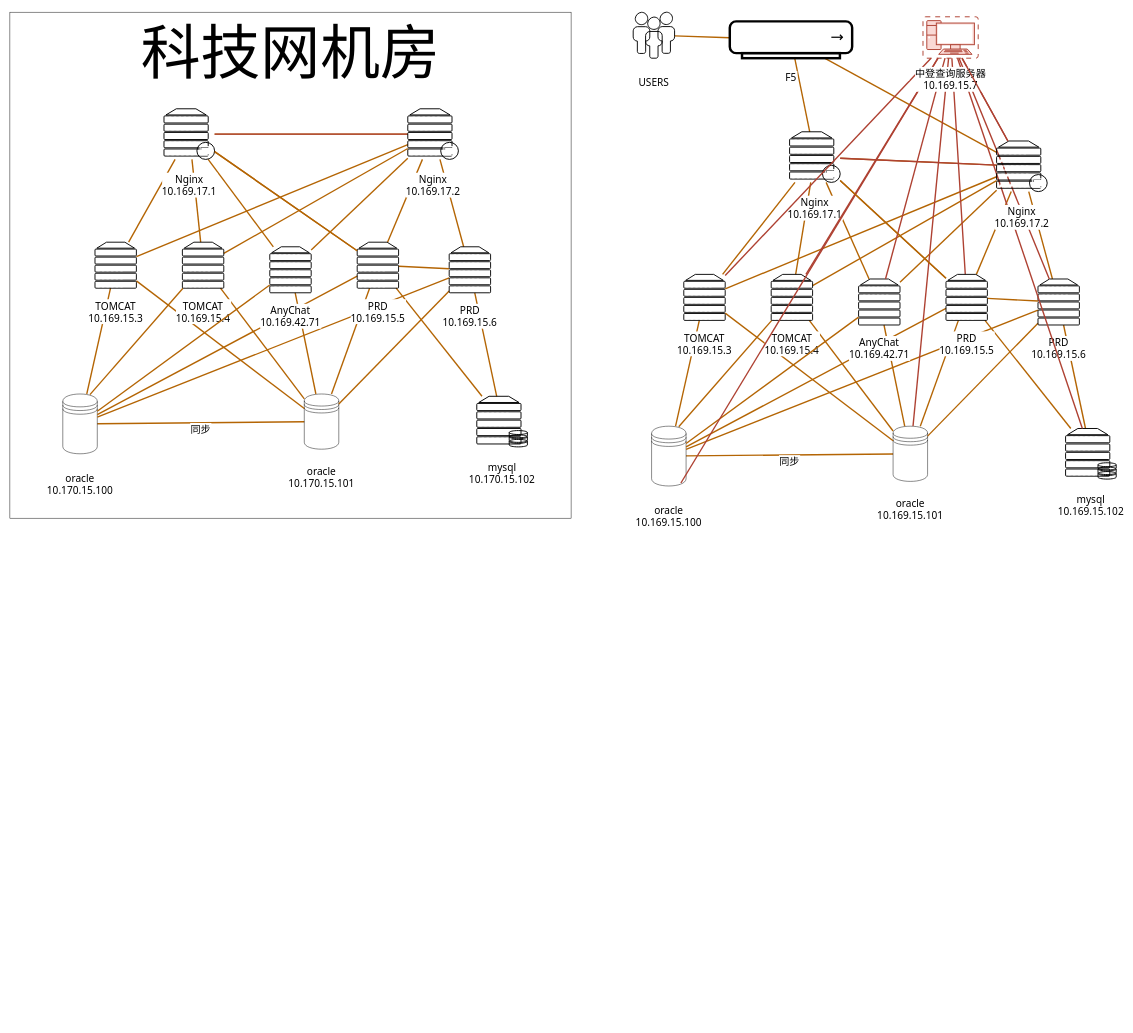
The draw.io diagram page "财人汇物理图" (1 of 4) of 财人汇物理.drawio in chengs2035/draw.io, before the edit. Source tidied: cells renumbered, new cells numbered last; positions are measured from the earlier drawing's top-left corner, leaving out a move shared by most shapes. Both pictures are drawn from the tidied source at 46%, with x=0, y=0 at pixel (10, 7).
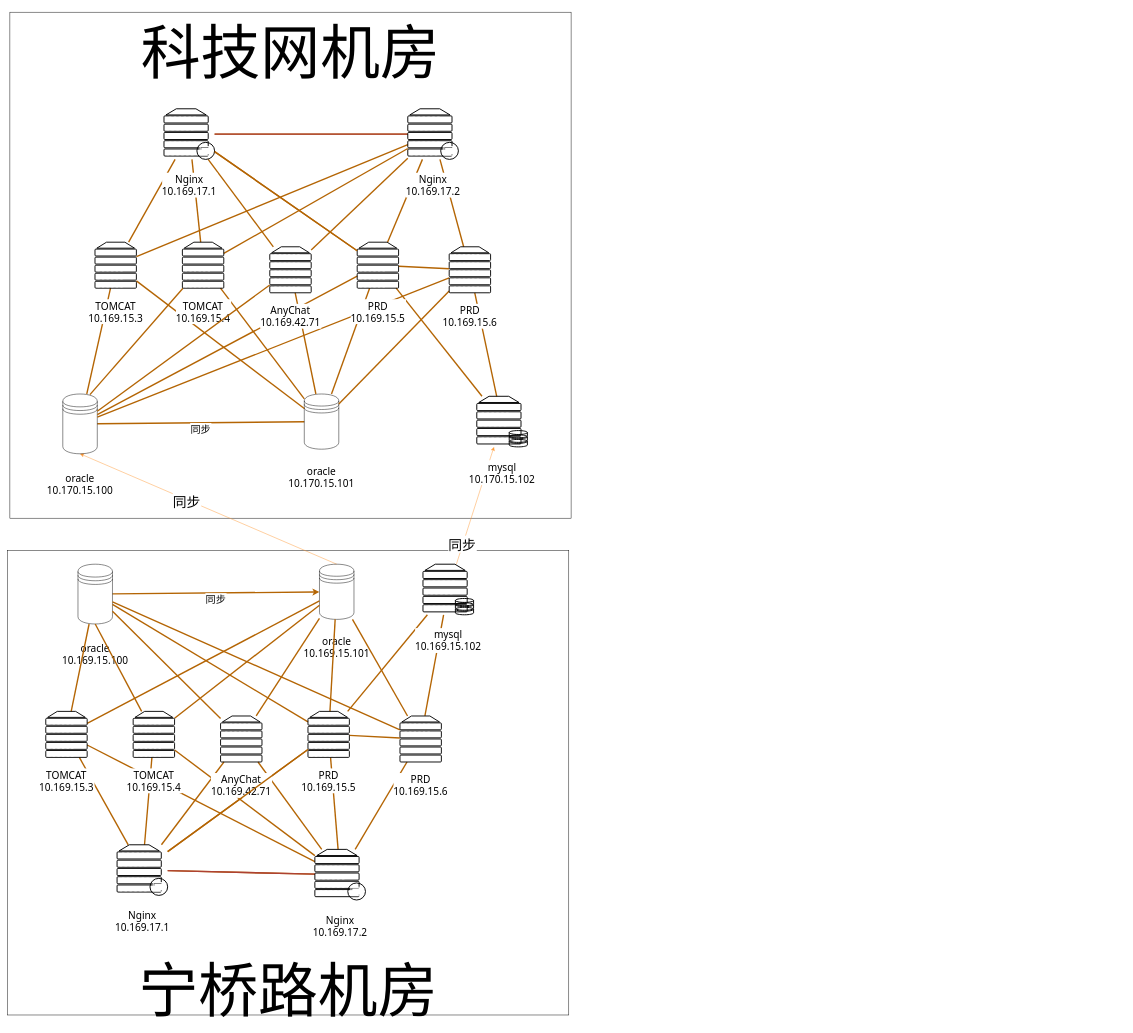
The same page after the edit.

Commit message (it also covers changes not shown here):
更新财人汇物理.drawio

Unchanged cells that the change refers to:
```xml
<mxCell id="57" value="oracle&#10;10.170.15.100" style="shape=datastore;verticalAlign=middle;spacingBottom=0;fillColor=none;labelBackgroundColor=default;fontFamily=Tahoma;spacing=2;fontSize=22;labelPosition=center;verticalLabelPosition=bottom;align=center;" parent="1" vertex="1">
  <mxGeometry x="115" y="840" width="75" height="130" as="geometry" />
</mxCell>
<mxCell id="87" value="mysql&#10;10.170.15.102" style="verticalAlign=middle;verticalLabelPosition=bottom;labelPosition=center;align=center;outlineConnect=0;fillColor=none;gradientDirection=north;strokeWidth=2;shape=mxgraph.networks.server_storage;labelBackgroundColor=default;fontFamily=Tahoma;fontSize=22;" parent="1" vertex="1">
  <mxGeometry x="1015" y="845" width="110" height="110" as="geometry" />
</mxCell>
```

What changed in the source:
```diff
@@
+    <mxCell id="92" value="宁桥路机房" style="rounded=0;fontSize=130;verticalAlign=bottom;" parent="1" vertex="1">
+      <mxGeometry x="-5" y="1180" width="1220" height="1010" as="geometry" />
+    </mxCell>
@@
-    <mxCell id="3" value="同步" style="jettySize=auto;verticalAlign=middle;spacingBottom=-25;fillColor=#fad7ac;fontColor=default;labelBackgroundColor=default;fontFamily=Tahoma;fontSize=22;startArrow=none;startFill=0;strokeWidth=3;endArrow=none;endFill=0;strokeColor=#b46504;" parent="1" edge="1" source="4" target="5">
+    <mxCell id="3" value="同步" style="jettySize=auto;verticalAlign=middle;spacingBottom=-25;fillColor=#fad7ac;fontColor=default;labelBackgroundColor=default;fontFamily=Tahoma;fontSize=22;startArrow=none;startFill=0;strokeWidth=3;endArrow=classic;endFill=1;strokeColor=#b46504;" parent="1" edge="1" source="4" target="5">
       <mxGeometry relative="1" as="geometry" />
     </mxCell>
+    <mxCell id="93" style="rounded=0;jettySize=auto;fontSize=130;exitX=0.5;exitY=0;exitDx=0;exitDy=0;strokeColor=#FF9933;entryX=0.5;entryY=1;entryDx=0;entryDy=0;" parent="1" edge="1" source="5" target="57">
+      <mxGeometry relative="1" as="geometry" />
+    </mxCell>
+    <mxCell id="94" value="同步" style="edgeLabel;align=center;verticalAlign=middle;fontSize=30;" parent="93" vertex="1">
+      <mxGeometry x="0.17" y="1" relative="1" as="geometry" />
+    </mxCell>
     <mxCell id="4" value="oracle&#10;10.169.15.100" style="shape=datastore;verticalAlign=middle;spacingBottom=0;fillColor=none;labelBackgroundColor=default;fontFamily=Tahoma;spacing=2;fontSize=22;labelPosition=center;verticalLabelPosition=bottom;align=center;" parent="1" vertex="1">
-      <mxGeometry x="1395" y="910" width="75" height="130" as="geometry" />
+      <mxGeometry x="148" y="1210" width="75" height="130" as="geometry" />
     </mxCell>
     <mxCell id="5" value="oracle&#10;10.169.15.101" style="shape=datastore;fillColor=none;spacingBottom=0;verticalAlign=middle;labelBackgroundColor=default;fontFamily=Tahoma;fontSize=22;labelPosition=center;verticalLabelPosition=bottom;align=center;" parent="1" vertex="1">
-      <mxGeometry x="1920" y="910" width="75" height="120" as="geometry" />
+      <mxGeometry x="673" y="1210" width="75" height="120" as="geometry" />
     </mxCell>
-    <mxCell id="6" style="jettySize=auto;fillColor=#fad7ac;fontColor=default;labelBackgroundColor=default;fontFamily=Tahoma;fontSize=22;verticalAlign=middle;startArrow=none;startFill=0;strokeWidth=3;endArrow=none;endFill=0;strokeColor=#b46504;" parent="1" edge="1" source="7" target="10">
-      <mxGeometry relative="1" as="geometry" />
-    </mxCell>
-    <mxCell id="7" value="USERS" style="verticalAlign=middle;verticalLabelPosition=bottom;labelPosition=center;align=center;outlineConnect=0;fillColor=none;gradientDirection=north;strokeWidth=2;shape=mxgraph.networks.users;labelBackgroundColor=default;fontFamily=Tahoma;fontSize=22;" parent="1" vertex="1">
-      <mxGeometry x="1355" y="10" width="90" height="100" as="geometry" />
-    </mxCell>
-    <mxCell id="8" style="jettySize=auto;fillColor=#fad7ac;fontColor=default;labelBackgroundColor=default;fontFamily=Tahoma;fontSize=22;verticalAlign=middle;startArrow=none;startFill=0;strokeWidth=3;endArrow=none;endFill=0;curved=1;strokeColor=#b46504;" parent="1" edge="1" source="10" target="22">
-      <mxGeometry relative="1" as="geometry" />
-    </mxCell>
-    <mxCell id="9" style="edgeStyle=none;jettySize=auto;fillColor=#fad7ac;fontColor=default;labelBackgroundColor=default;fontFamily=Tahoma;fontSize=22;verticalAlign=middle;startArrow=none;startFill=0;strokeWidth=3;endArrow=none;endFill=0;curved=1;strokeColor=#b46504;" parent="1" edge="1" source="10" target="52">
-      <mxGeometry relative="1" as="geometry" />
-    </mxCell>
-    <mxCell id="10" value="F5" style="verticalAlign=middle;verticalLabelPosition=bottom;labelPosition=center;align=center;outlineConnect=0;fillColor=none;gradientDirection=north;strokeWidth=2;shape=mxgraph.networks.hub;labelBackgroundColor=default;fontFamily=Tahoma;fontSize=22;" parent="1" vertex="1">
-      <mxGeometry x="1565" y="30" width="266" height="80" as="geometry" />
-    </mxCell>
@@
     <mxCell id="22" value="Nginx&#10;10.169.17.1" style="verticalAlign=middle;verticalLabelPosition=bottom;labelPosition=center;align=center;outlineConnect=0;fillColor=none;gradientDirection=north;strokeWidth=2;shape=mxgraph.networks.proxy_server;labelBackgroundColor=default;fontFamily=Tahoma;fontSize=22;" parent="1" vertex="1">
-      <mxGeometry x="1695" y="270" width="110" height="110" as="geometry" />
+      <mxGeometry x="233" y="1820" width="110" height="110" as="geometry" />
     </mxCell>
@@
     <mxCell id="25" value="TOMCAT&#10;10.169.15.3" style="verticalAlign=middle;verticalLabelPosition=bottom;labelPosition=center;align=center;outlineConnect=0;fillColor=none;gradientDirection=north;strokeWidth=2;shape=mxgraph.networks.server;labelBackgroundColor=default;fontFamily=Tahoma;fontSize=22;" parent="1" vertex="1">
-      <mxGeometry x="1465" y="580" width="90" height="100" as="geometry" />
+      <mxGeometry x="78" y="1530" width="90" height="100" as="geometry" />
     </mxCell>
-    <mxCell id="26" style="edgeStyle=none;jettySize=auto;labelBackgroundColor=default;fontFamily=Tahoma;fontColor=default;fillColor=#fad7ac;fontSize=22;verticalAlign=middle;startArrow=none;startFill=0;strokeWidth=3;endArrow=none;endFill=0;curved=1;strokeColor=#b46504;entryX=0.787;entryY=0.01;entryDx=0;entryDy=0;entryPerimeter=0;" parent="1" edge="1" source="28" target="4">
+    <mxCell id="26" style="edgeStyle=none;jettySize=auto;labelBackgroundColor=default;fontFamily=Tahoma;fontColor=default;fillColor=#fad7ac;fontSize=22;verticalAlign=middle;startArrow=none;startFill=0;strokeWidth=3;endArrow=none;endFill=0;curved=1;strokeColor=#b46504;entryX=0.5;entryY=1;entryDx=0;entryDy=0;" parent="1" edge="1" source="28" target="4">
       <mxGeometry relative="1" as="geometry" />
     </mxCell>
@@
     <mxCell id="28" value="TOMCAT&#10;10.169.15.4" style="verticalAlign=middle;verticalLabelPosition=bottom;labelPosition=center;align=center;outlineConnect=0;fillColor=none;gradientDirection=north;strokeWidth=2;shape=mxgraph.networks.server;labelBackgroundColor=default;fontFamily=Tahoma;fontSize=22;" parent="1" vertex="1">
-      <mxGeometry x="1655" y="580" width="90" height="100" as="geometry" />
+      <mxGeometry x="268" y="1530" width="90" height="100" as="geometry" />
     </mxCell>
@@
     <mxCell id="35" value="PRD&#10;10.169.15.6" style="verticalAlign=middle;verticalLabelPosition=bottom;labelPosition=center;align=center;outlineConnect=0;fillColor=none;gradientDirection=north;strokeWidth=2;shape=mxgraph.networks.server;labelBackgroundColor=default;fontFamily=Tahoma;fontSize=22;" parent="1" vertex="1">
-      <mxGeometry x="2235" y="590" width="90" height="100" as="geometry" />
+      <mxGeometry x="848" y="1540" width="90" height="100" as="geometry" />
     </mxCell>
@@
     <mxCell id="38" value="AnyChat&#10;10.169.42.71" style="verticalAlign=middle;verticalLabelPosition=bottom;labelPosition=center;align=center;outlineConnect=0;fillColor=none;gradientDirection=north;strokeWidth=2;shape=mxgraph.networks.server;labelBackgroundColor=default;fontFamily=Tahoma;fontSize=22;" parent="1" vertex="1">
-      <mxGeometry x="1845" y="590" width="90" height="100" as="geometry" />
+      <mxGeometry x="458" y="1540" width="90" height="100" as="geometry" />
     </mxCell>
+    <mxCell id="95" style="edgeStyle=none;rounded=0;jettySize=auto;strokeColor=#FF9933;fontSize=30;endArrow=classic;endFill=1;" parent="1" edge="1" source="39" target="87">
+      <mxGeometry relative="1" as="geometry" />
+    </mxCell>
+    <mxCell id="96" value="同步" style="edgeLabel;align=center;verticalAlign=middle;fontSize=30;" parent="95" vertex="1">
+      <mxGeometry x="-0.65" y="2" relative="1" as="geometry" />
+    </mxCell>
     <mxCell id="39" value="mysql&#10;10.169.15.102" style="verticalAlign=middle;verticalLabelPosition=bottom;labelPosition=center;align=center;outlineConnect=0;fillColor=none;gradientDirection=north;strokeWidth=2;shape=mxgraph.networks.server_storage;labelBackgroundColor=default;fontFamily=Tahoma;fontSize=22;" parent="1" vertex="1">
-      <mxGeometry x="2295" y="915" width="110" height="110" as="geometry" />
+      <mxGeometry x="898" y="1210" width="110" height="110" as="geometry" />
     </mxCell>
-    <mxCell id="40" style="edgeStyle=none;jettySize=auto;labelBackgroundColor=default;fontFamily=Tahoma;fontColor=default;fillColor=#fad9d5;fontSize=22;verticalAlign=middle;endArrow=none;endFill=0;startArrow=none;startFill=0;strokeWidth=3;curved=1;strokeColor=#ae4132;" parent="1" edge="1" source="50" target="38">
-      <mxGeometry relative="1" as="geometry" />
-    </mxCell>
-    <mxCell id="41" style="edgeStyle=none;jettySize=auto;labelBackgroundColor=default;fontFamily=Tahoma;fontColor=default;fillColor=#fad9d5;fontSize=22;verticalAlign=middle;endArrow=none;endFill=0;startArrow=none;startFill=0;strokeWidth=3;curved=1;strokeColor=#ae4132;" parent="1" edge="1" source="50" target="25">
-      <mxGeometry relative="1" as="geometry" />
-    </mxCell>
-    <mxCell id="42" style="edgeStyle=none;jettySize=auto;labelBackgroundColor=default;fontFamily=Tahoma;fontColor=default;fillColor=#fad9d5;fontSize=22;verticalAlign=middle;endArrow=none;endFill=0;startArrow=none;startFill=0;strokeWidth=3;curved=1;strokeColor=#ae4132;" parent="1" edge="1" source="50" target="28">
-      <mxGeometry relative="1" as="geometry" />
-    </mxCell>
-    <mxCell id="43" style="edgeStyle=none;jettySize=auto;labelBackgroundColor=default;fontFamily=Tahoma;fontColor=default;fillColor=#fad9d5;fontSize=22;verticalAlign=middle;endArrow=none;endFill=0;startArrow=none;startFill=0;strokeWidth=3;curved=1;strokeColor=#ae4132;" parent="1" edge="1" source="50" target="54">
-      <mxGeometry relative="1" as="geometry" />
-    </mxCell>
-    <mxCell id="44" style="edgeStyle=none;jettySize=auto;labelBackgroundColor=default;fontFamily=Tahoma;fontColor=default;fillColor=#fad9d5;fontSize=22;verticalAlign=middle;endArrow=none;endFill=0;startArrow=none;startFill=0;strokeWidth=3;curved=1;strokeColor=#ae4132;" parent="1" edge="1" source="50" target="35">
-      <mxGeometry relative="1" as="geometry" />
-    </mxCell>
@@
-    <mxCell id="46" style="edgeStyle=none;jettySize=auto;labelBackgroundColor=default;fontFamily=Tahoma;fontColor=default;fontSize=22;verticalAlign=middle;endArrow=none;endFill=0;startArrow=none;startFill=0;strokeWidth=3;curved=1;fillColor=#fad9d5;strokeColor=#ae4132;" parent="1" edge="1" source="50" target="52">
-      <mxGeometry relative="1" as="geometry" />
-    </mxCell>
-    <mxCell id="47" style="edgeStyle=none;jettySize=auto;entryX=0.85;entryY=0.95;entryDx=0;entryDy=0;entryPerimeter=0;startArrow=none;startFill=0;endArrow=none;endFill=0;strokeWidth=3;fillColor=#fad9d5;strokeColor=#ae4132;" parent="1" edge="1" source="50" target="4">
-      <mxGeometry relative="1" as="geometry" />
-    </mxCell>
-    <mxCell id="48" style="edgeStyle=none;jettySize=auto;startArrow=none;startFill=0;endArrow=none;endFill=0;strokeWidth=3;fillColor=#fad9d5;strokeColor=#ae4132;" parent="1" edge="1" source="50" target="5">
-      <mxGeometry relative="1" as="geometry" />
-    </mxCell>
-    <mxCell id="49" style="edgeStyle=none;jettySize=auto;startArrow=none;startFill=0;endArrow=none;endFill=0;strokeWidth=3;fillColor=#fad9d5;strokeColor=#ae4132;" parent="1" edge="1" source="50" target="39">
-      <mxGeometry relative="1" as="geometry" />
-    </mxCell>
-    <mxCell id="50" value="中登查询服务器&#10;10.169.15.7" style="verticalAlign=middle;verticalLabelPosition=bottom;labelPosition=center;align=center;outlineConnect=0;fillColor=#fad9d5;gradientDirection=north;strokeWidth=2;shape=mxgraph.networks.virtual_pc;labelBackgroundColor=default;fontFamily=Tahoma;fontSize=22;strokeColor=#ae4132;" parent="1" vertex="1">
-      <mxGeometry x="1985" y="20" width="120" height="90" as="geometry" />
-    </mxCell>
-    <mxCell id="51" value="ad" style="fontColor=#FFFFFF;verticalAlign=middle;verticalLabelPosition=bottom;labelPosition=center;align=center;fillColor=none;strokeColor=#FFFFFF;gradientColor=none;gradientDirection=north;strokeWidth=2;shape=mxgraph.networks.user_male;fontSize=22;" parent="1" vertex="1">
-      <mxGeometry x="1925" width="40" height="100" as="geometry" />
-    </mxCell>
     <mxCell id="52" value="Nginx&#10;10.169.17.2" style="verticalAlign=middle;verticalLabelPosition=bottom;labelPosition=center;align=center;outlineConnect=0;fillColor=none;gradientDirection=north;strokeWidth=2;shape=mxgraph.networks.proxy_server;labelBackgroundColor=default;fontFamily=Tahoma;fontSize=22;" parent="1" vertex="1">
-      <mxGeometry x="2145" y="290" width="110" height="110" as="geometry" />
+      <mxGeometry x="663" y="1830" width="110" height="110" as="geometry" />
     </mxCell>
-    <mxCell id="53" style="edgeStyle=none;jettySize=auto;labelBackgroundColor=default;fontFamily=Tahoma;fontColor=default;fontSize=22;verticalAlign=middle;endArrow=none;endFill=0;startArrow=none;startFill=0;strokeWidth=3;curved=1;fillColor=#fad9d5;strokeColor=#ae4132;" parent="1" edge="1" source="50" target="52">
-      <mxGeometry relative="1" as="geometry" />
-    </mxCell>
     <mxCell id="54" value="PRD&#10;10.169.15.5" style="verticalAlign=middle;verticalLabelPosition=bottom;labelPosition=center;align=center;outlineConnect=0;fillColor=none;gradientDirection=north;strokeWidth=2;shape=mxgraph.networks.server;labelBackgroundColor=default;fontFamily=Tahoma;fontSize=22;" parent="1" vertex="1">
-      <mxGeometry x="2035" y="580" width="90" height="100" as="geometry" />
+      <mxGeometry x="648" y="1530" width="90" height="100" as="geometry" />
     </mxCell>
```
